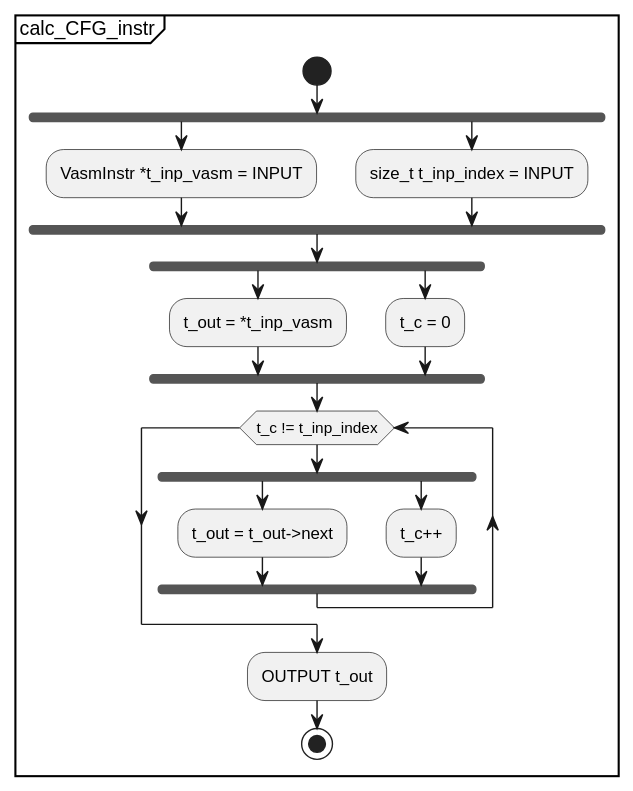
Before: docs/UML/Control_Flow_Graph_Generation_Scheme/submodules/svg/calc_CFG_inst.svg, a diagram exported from PlantUML (KeithCBrett/Python-Compiler). Its diagram source:
```plantuml
@startuml
partition calc_CFG_instr {
    start
    fork
        :VasmInstr *t_inp_vasm = INPUT;
    fork again
        :size_t t_inp_index = INPUT;
    fork end
    fork
        :t_out = *t_inp_vasm;
    fork again
        :t_c = 0;
    fork end
    while (t_c != t_inp_index)
        fork
            :t_out = t_out->next;
        fork again
            :t_c++;
        fork end
    endwhile
    :OUTPUT t_out;
    stop
}
@enduml
```
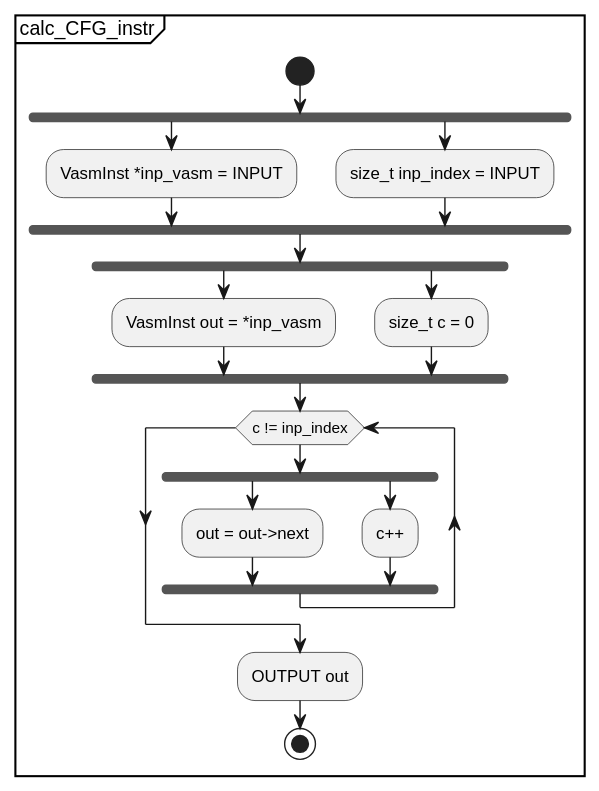
After the change.

Change to the diagram source:
```diff
@@ -1,24 +1,24 @@
 @startuml
 partition calc_CFG_instr {
-    start
-    fork
-        :VasmInstr *t_inp_vasm = INPUT;
-    fork again
-        :size_t t_inp_index = INPUT;
-    fork end
-    fork
-        :t_out = *t_inp_vasm;
-    fork again
-        :t_c = 0;
-    fork end
-    while (t_c != t_inp_index)
-        fork
-            :t_out = t_out->next;
-        fork again
-            :t_c++;
-        fork end
-    endwhile
-    :OUTPUT t_out;
-    stop
+	start
+	fork
+		:VasmInst *inp_vasm = INPUT;
+	fork again
+		:size_t inp_index = INPUT;
+	fork end
+	fork
+		:VasmInst out = *inp_vasm;
+	fork again
+		:size_t c = 0;
+	fork end
+	while (c != inp_index)
+		fork
+			:out = out->next;
+		fork again
+			:c++;
+		fork end
+	endwhile
+	:OUTPUT out;
+	stop
 }
 @enduml
```
